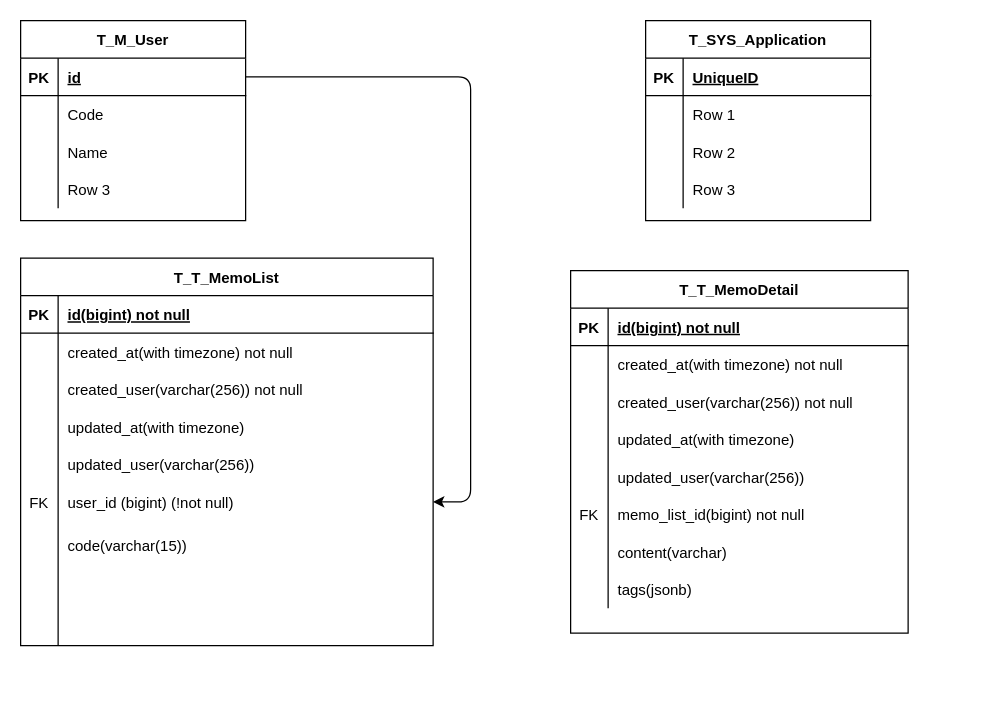
Above: database/er/memo.drawio in ta9mi-github/memo (draw.io), before the change. Source tidied: cells renumbered, new cells numbered last; positions are measured from the earlier drawing's top-left corner, leaving out a move shared by most shapes. Both pictures are drawn from the tidied source at 125%, with x=0, y=0 at pixel (20, 20).
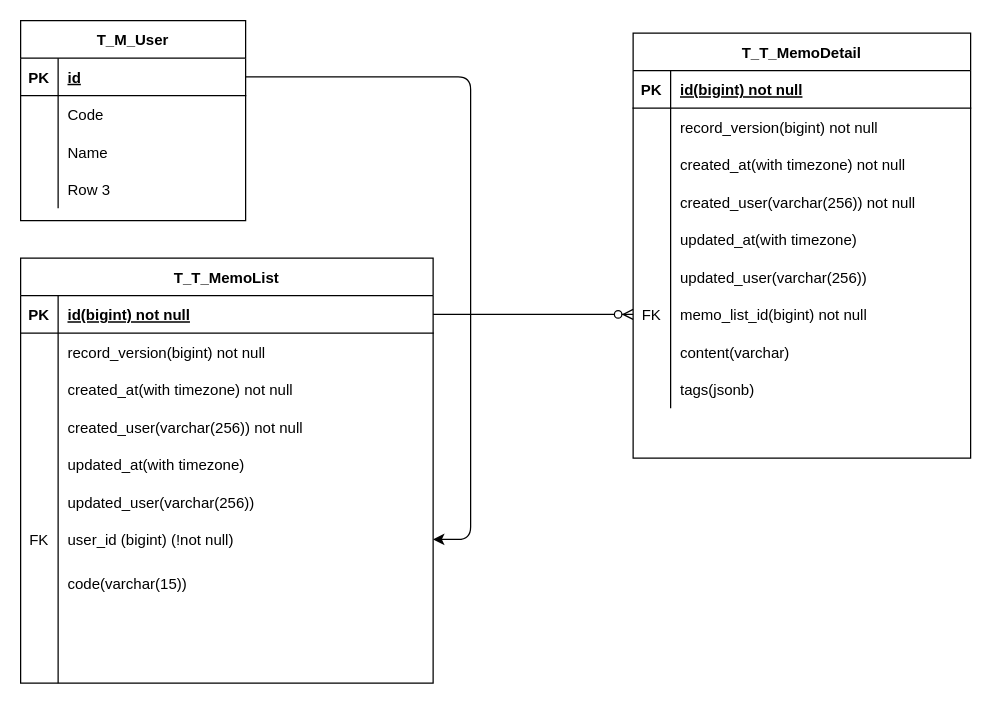
Above is the later version.

The change refers to these unchanged cells:
```xml
<mxCell id="3" style="shape=partialRectangle;fillColor=none;top=0;left=0;bottom=1;right=0;points=[[0,0.5],[1,0.5]];portConstraint=eastwest;" parent="2" vertex="1">
  <mxGeometry y="30" width="180" height="30" as="geometry" />
</mxCell>
<mxCell id="16" style="shape=partialRectangle;fillColor=none;top=0;left=0;bottom=1;right=0;points=[[0,0.5],[1,0.5]];portConstraint=eastwest;" parent="15" vertex="1">
  <mxGeometry y="30" width="330" height="30" as="geometry" />
</mxCell>
```

What changed in the source:
```diff
@@
     <mxCell id="15" value="T_T_MemoList" style="shape=table;startSize=30;childLayout=tableLayout;rowLines=0;fontStyle=1;align=center;" parent="1" vertex="1">
-      <mxGeometry y="190" width="330" height="310" as="geometry" />
+      <mxGeometry y="190" width="330" height="340" as="geometry" />
     </mxCell>
@@
+    <mxCell id="82" style="shape=partialRectangle;fillColor=none;top=0;left=0;bottom=0;right=0;" parent="15" vertex="1">
+      <mxGeometry y="60" width="330" height="30" as="geometry" />
+    </mxCell>
+    <mxCell id="83" style="shape=partialRectangle;fillColor=none;top=0;left=0;bottom=0;right=0;overflow=hidden;" parent="82" vertex="1">
+      <mxGeometry width="30" height="30" as="geometry" />
+    </mxCell>
+    <mxCell id="84" value="record_version(bigint) not null" style="shape=partialRectangle;fillColor=none;top=0;left=0;bottom=0;right=0;align=left;spacingLeft=6;overflow=hidden;" parent="82" vertex="1">
+      <mxGeometry x="30" width="300" height="30" as="geometry" />
+    </mxCell>
     <mxCell id="19" style="shape=partialRectangle;fillColor=none;top=0;left=0;bottom=0;right=0;" parent="15" vertex="1">
-      <mxGeometry y="60" width="330" height="30" as="geometry" />
+      <mxGeometry y="90" width="330" height="30" as="geometry" />
     </mxCell>
@@
     <mxCell id="22" style="shape=partialRectangle;fillColor=none;top=0;left=0;bottom=0;right=0;" parent="15" vertex="1">
-      <mxGeometry y="90" width="330" height="30" as="geometry" />
+      <mxGeometry y="120" width="330" height="30" as="geometry" />
     </mxCell>
@@
     <mxCell id="25" style="shape=partialRectangle;fillColor=none;top=0;left=0;bottom=0;right=0;" parent="15" vertex="1">
-      <mxGeometry y="120" width="330" height="30" as="geometry" />
+      <mxGeometry y="150" width="330" height="30" as="geometry" />
     </mxCell>
@@
     <mxCell id="28" style="shape=partialRectangle;fillColor=none;top=0;left=0;bottom=0;right=0;" parent="15" vertex="1">
-      <mxGeometry y="150" width="330" height="30" as="geometry" />
+      <mxGeometry y="180" width="330" height="30" as="geometry" />
     </mxCell>
@@
     <mxCell id="31" style="shape=partialRectangle;fillColor=none;top=0;left=0;bottom=0;right=0;points=[[0,0.5],[1,0.5]];portConstraint=eastwest;" parent="15" vertex="1">
-      <mxGeometry y="180" width="330" height="30" as="geometry" />
+      <mxGeometry y="210" width="330" height="30" as="geometry" />
     </mxCell>
@@
     <mxCell id="34" style="shape=partialRectangle;fillColor=none;top=0;left=0;bottom=0;right=0;" parent="15" vertex="1">
-      <mxGeometry y="210" width="330" height="40" as="geometry" />
+      <mxGeometry y="240" width="330" height="40" as="geometry" />
     </mxCell>
@@
     <mxCell id="37" style="shape=partialRectangle;fillColor=none;top=0;left=0;bottom=0;right=0;" parent="15" vertex="1">
-      <mxGeometry y="250" width="330" height="30" as="geometry" />
+      <mxGeometry y="280" width="330" height="30" as="geometry" />
     </mxCell>
@@
     <mxCell id="40" style="shape=partialRectangle;fillColor=none;top=0;left=0;bottom=0;right=0;" parent="15" vertex="1">
-      <mxGeometry y="280" width="330" height="30" as="geometry" />
+      <mxGeometry y="310" width="330" height="30" as="geometry" />
     </mxCell>
@@
     <mxCell id="43" value="T_T_MemoDetail" style="shape=table;startSize=30;childLayout=tableLayout;rowLines=0;fontStyle=1;align=center;" parent="1" vertex="1">
-      <mxGeometry x="440" y="200" width="270" height="290" as="geometry" />
+      <mxGeometry x="490" y="10" width="270" height="340" as="geometry" />
     </mxCell>
@@
+    <mxCell id="85" style="shape=partialRectangle;fillColor=none;top=0;left=0;bottom=0;right=0;" parent="43" vertex="1">
+      <mxGeometry y="60" width="270" height="30" as="geometry" />
+    </mxCell>
+    <mxCell id="86" style="shape=partialRectangle;fillColor=none;top=0;left=0;bottom=0;right=0;overflow=hidden;" parent="85" vertex="1">
+      <mxGeometry width="30" height="30" as="geometry" />
+    </mxCell>
+    <mxCell id="87" value="record_version(bigint) not null" style="shape=partialRectangle;fillColor=none;top=0;left=0;bottom=0;right=0;align=left;spacingLeft=6;overflow=hidden;" parent="85" vertex="1">
+      <mxGeometry x="30" width="240" height="30" as="geometry" />
+    </mxCell>
     <mxCell id="47" style="shape=partialRectangle;fillColor=none;top=0;left=0;bottom=0;right=0;" parent="43" vertex="1">
-      <mxGeometry y="60" width="270" height="30" as="geometry" />
+      <mxGeometry y="90" width="270" height="30" as="geometry" />
     </mxCell>
@@
     <mxCell id="50" style="shape=partialRectangle;fillColor=none;top=0;left=0;bottom=0;right=0;" parent="43" vertex="1">
-      <mxGeometry y="90" width="270" height="30" as="geometry" />
+      <mxGeometry y="120" width="270" height="30" as="geometry" />
     </mxCell>
@@
     <mxCell id="53" style="shape=partialRectangle;fillColor=none;top=0;left=0;bottom=0;right=0;" parent="43" vertex="1">
-      <mxGeometry y="120" width="270" height="30" as="geometry" />
+      <mxGeometry y="150" width="270" height="30" as="geometry" />
     </mxCell>
@@
     <mxCell id="56" style="shape=partialRectangle;fillColor=none;top=0;left=0;bottom=0;right=0;" parent="43" vertex="1">
-      <mxGeometry y="150" width="270" height="30" as="geometry" />
+      <mxGeometry y="180" width="270" height="30" as="geometry" />
     </mxCell>
@@
     <mxCell id="59" style="shape=partialRectangle;fillColor=none;top=0;left=0;bottom=0;right=0;points=[[0,0.5],[1,0.5]];portConstraint=eastwest;" parent="43" vertex="1">
-      <mxGeometry y="180" width="270" height="30" as="geometry" />
+      <mxGeometry y="210" width="270" height="30" as="geometry" />
     </mxCell>
@@
     <mxCell id="62" style="shape=partialRectangle;fillColor=none;top=0;left=0;bottom=0;right=0;" parent="43" vertex="1">
-      <mxGeometry y="210" width="270" height="30" as="geometry" />
+      <mxGeometry y="240" width="270" height="30" as="geometry" />
     </mxCell>
@@
     <mxCell id="65" style="shape=partialRectangle;fillColor=none;top=0;left=0;bottom=0;right=0;" parent="43" vertex="1">
-      <mxGeometry y="240" width="270" height="30" as="geometry" />
+      <mxGeometry y="270" width="270" height="30" as="geometry" />
     </mxCell>
@@
-    <mxCell id="68" value="T_SYS_Application" style="shape=table;startSize=30;childLayout=tableLayout;rowLines=0;fontStyle=1;align=center;" parent="1" vertex="1">
-      <mxGeometry x="500" width="180" height="160" as="geometry" />
-    </mxCell>
-    <mxCell id="69" style="shape=partialRectangle;fillColor=none;top=0;left=0;bottom=1;right=0;" parent="68" vertex="1">
-      <mxGeometry y="30" width="180" height="30" as="geometry" />
-    </mxCell>
-    <mxCell id="70" value="PK" style="shape=partialRectangle;fillColor=none;top=0;left=0;bottom=0;right=0;fontStyle=1;overflow=hidden;" parent="69" vertex="1">
-      <mxGeometry width="30" height="30" as="geometry" />
-    </mxCell>
-    <mxCell id="71" value="UniqueID" style="shape=partialRectangle;fillColor=none;top=0;left=0;bottom=0;right=0;align=left;spacingLeft=6;fontStyle=5;overflow=hidden;" parent="69" vertex="1">
-      <mxGeometry x="30" width="150" height="30" as="geometry" />
-    </mxCell>
-    <mxCell id="72" style="shape=partialRectangle;fillColor=none;top=0;left=0;bottom=0;right=0;" parent="68" vertex="1">
-      <mxGeometry y="60" width="180" height="30" as="geometry" />
-    </mxCell>
-    <mxCell id="73" style="shape=partialRectangle;fillColor=none;top=0;left=0;bottom=0;right=0;overflow=hidden;" parent="72" vertex="1">
-      <mxGeometry width="30" height="30" as="geometry" />
-    </mxCell>
-    <mxCell id="74" value="Row 1" style="shape=partialRectangle;fillColor=none;top=0;left=0;bottom=0;right=0;align=left;spacingLeft=6;overflow=hidden;" parent="72" vertex="1">
-      <mxGeometry x="30" width="150" height="30" as="geometry" />
-    </mxCell>
-    <mxCell id="75" style="shape=partialRectangle;fillColor=none;top=0;left=0;bottom=0;right=0;" parent="68" vertex="1">
-      <mxGeometry y="90" width="180" height="30" as="geometry" />
-    </mxCell>
-    <mxCell id="76" style="shape=partialRectangle;fillColor=none;top=0;left=0;bottom=0;right=0;overflow=hidden;" parent="75" vertex="1">
-      <mxGeometry width="30" height="30" as="geometry" />
-    </mxCell>
-    <mxCell id="77" value="Row 2" style="shape=partialRectangle;fillColor=none;top=0;left=0;bottom=0;right=0;align=left;spacingLeft=6;overflow=hidden;" parent="75" vertex="1">
-      <mxGeometry x="30" width="150" height="30" as="geometry" />
-    </mxCell>
-    <mxCell id="78" style="shape=partialRectangle;fillColor=none;top=0;left=0;bottom=0;right=0;" parent="68" vertex="1">
-      <mxGeometry y="120" width="180" height="30" as="geometry" />
-    </mxCell>
-    <mxCell id="79" style="shape=partialRectangle;fillColor=none;top=0;left=0;bottom=0;right=0;overflow=hidden;" parent="78" vertex="1">
-      <mxGeometry width="30" height="30" as="geometry" />
-    </mxCell>
-    <mxCell id="80" value="Row 3" style="shape=partialRectangle;fillColor=none;top=0;left=0;bottom=0;right=0;align=left;spacingLeft=6;overflow=hidden;" parent="78" vertex="1">
-      <mxGeometry x="30" width="150" height="30" as="geometry" />
-    </mxCell>
     <mxCell id="81" style="edgeStyle=none;html=1;entryX=1;entryY=0.5;entryDx=0;entryDy=0;" parent="1" edge="1" source="3" target="31">
       <mxGeometry relative="1" as="geometry">
         <Array as="points">
           <mxPoint x="240" y="45" />
           <mxPoint x="360" y="45" />
           <mxPoint x="360" y="160" />
           <mxPoint x="360" y="385" />
+          <mxPoint x="360" y="415" />
         </Array>
       </mxGeometry>
     </mxCell>
+    <mxCell id="88" style="edgeStyle=entityRelationEdgeStyle;fontSize=12;html=1;endArrow=ERzeroToMany;endFill=1;exitX=1;exitY=0.5;exitDx=0;exitDy=0;entryX=0;entryY=0.5;entryDx=0;entryDy=0;" parent="1" edge="1" source="16" target="59">
+      <mxGeometry relative="1" as="geometry" />
+    </mxCell>
```
